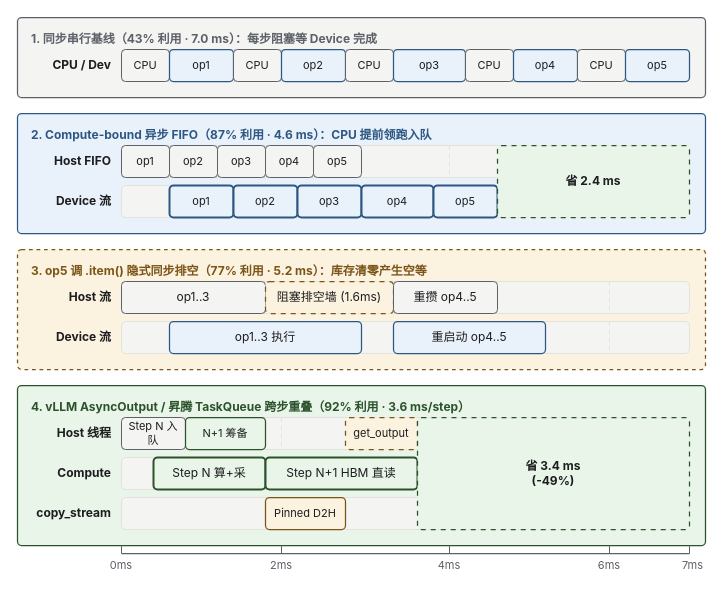
Earlier version of the draw.io diagram src/content/posts/vllm/02-async-execution-and-launch-wall/diagrams/02-async-launch-timeline.drawio (xingcanlee/infra-note). Source tidied: cells renumbered, new cells numbered last; positions are measured from the earlier drawing's top-left corner, leaving out a move shared by most shapes. Both pictures are drawn from the tidied source at 100%, with x=0, y=0 at pixel (17, 17).
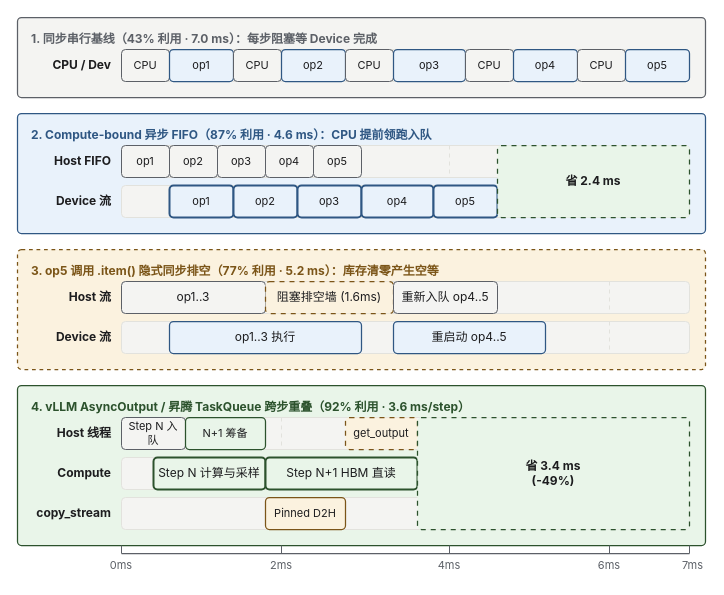
The same diagram, later.

What changed in the source:
```diff
@@
-    <mxCell id="40" value="3. op5 调 .item() 隐式同步排空（77% 利用 · 5.2 ms）：库存清零产生空等" style="rounded=1;absoluteArcSize=1;arcSize=8;whiteSpace=wrap;html=1;fillColor=#fbf2df;strokeColor=#7b5518;strokeWidth=1.25;dashed=1;verticalAlign=top;align=left;spacingLeft=12;spacingTop=8;fontFamily=Inter, Noto Sans SC;fontSize=12;fontStyle=1;fontColor=#7b5518;" parent="1" vertex="1">
+    <mxCell id="40" value="3. op5 调用 .item() 隐式同步排空（77% 利用 · 5.2 ms）：库存清零产生空等" style="rounded=1;absoluteArcSize=1;arcSize=8;whiteSpace=wrap;html=1;fillColor=#fbf2df;strokeColor=#7b5518;strokeWidth=1.25;dashed=1;verticalAlign=top;align=left;spacingLeft=12;spacingTop=8;fontFamily=Inter, Noto Sans SC;fontSize=12;fontStyle=1;fontColor=#7b5518;" parent="1" vertex="1">
       <mxGeometry y="232" width="688" height="120" as="geometry" />
     </mxCell>
@@
-    <mxCell id="48" value="重攒 op4..5" style="rounded=1;absoluteArcSize=1;arcSize=8;whiteSpace=wrap;html=1;fillColor=#f4f4f2;strokeColor=#5c6067;strokeWidth=1;align=center;verticalAlign=middle;spacing=4;fontFamily=Inter, Noto Sans SC;fontSize=12;fontColor=#1d1d1f;" parent="1" vertex="1">
+    <mxCell id="48" value="重新入队 op4..5" style="rounded=1;absoluteArcSize=1;arcSize=8;whiteSpace=wrap;html=1;fillColor=#f4f4f2;strokeColor=#5c6067;strokeWidth=1;align=center;verticalAlign=middle;spacing=4;fontFamily=Inter, Noto Sans SC;fontSize=12;fontColor=#1d1d1f;" parent="1" vertex="1">
       <mxGeometry x="376" y="264" width="104" height="32" as="geometry" />
     </mxCell>
@@
-    <mxCell id="70" value="Step N 算+采" style="rounded=1;absoluteArcSize=1;arcSize=8;whiteSpace=wrap;html=1;fillColor=#e9f5e9;strokeColor=#2c522d;strokeWidth=2;align=center;verticalAlign=middle;spacing=4;fontFamily=Inter, Noto Sans SC;fontSize=12;fontColor=#1d1d1f;" parent="1" vertex="1">
+    <mxCell id="70" value="Step N 计算与采样" style="rounded=1;absoluteArcSize=1;arcSize=8;whiteSpace=wrap;html=1;fillColor=#e9f5e9;strokeColor=#2c522d;strokeWidth=2;align=center;verticalAlign=middle;spacing=4;fontFamily=Inter, Noto Sans SC;fontSize=12;fontColor=#1d1d1f;" parent="1" vertex="1">
       <mxGeometry x="136" y="440" width="112" height="32" as="geometry" />
     </mxCell>
```
